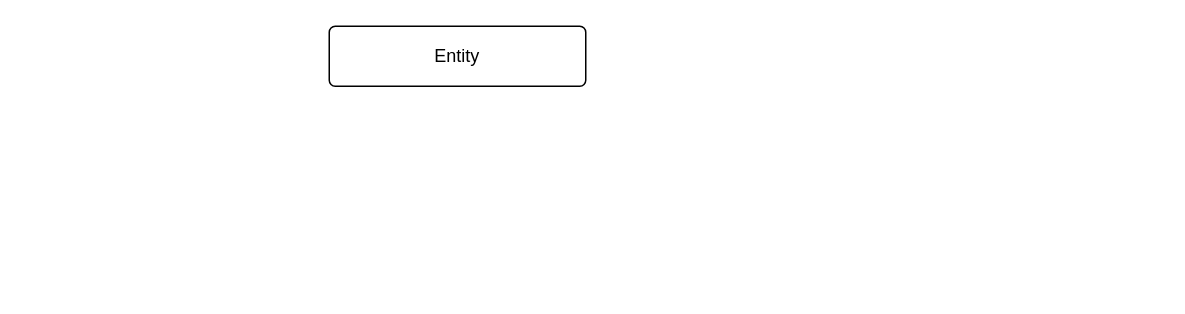
This is screen.dio from Kosuke-13th/botanical-assist, a draw.io file, before an edit. Source tidied: cells renumbered, new cells numbered last; positions are measured from the earlier drawing's top-left corner, leaving out a move shared by most shapes. Both pictures are drawn from the tidied source at 150%, with x=0, y=0 at pixel (328, 26).
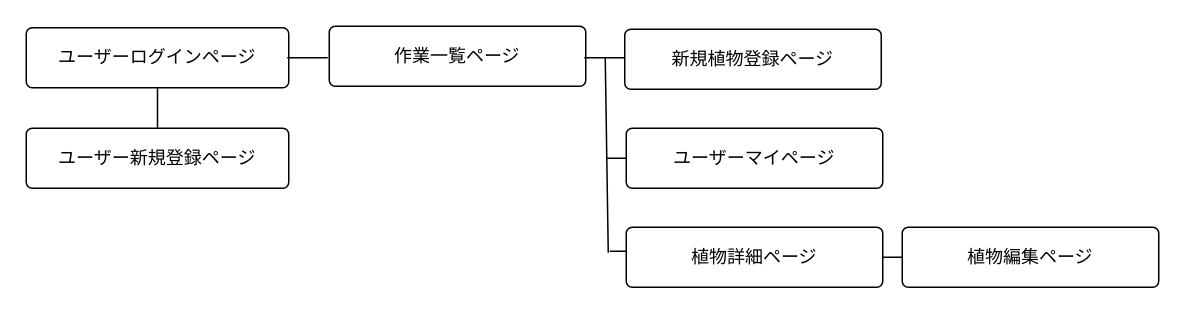
Above is the later version.

Commit message (it also covers changes not shown here):
ER図、画面遷移図作成

Change to the diagram source:
```diff
@@
 <mxGraphModel>
   <root>
     <mxCell id="0" />
     <mxCell id="1" parent="0" />
-    <mxCell id="2" value="Entity" style="rounded=1;arcSize=10;whiteSpace=wrap;html=1;align=center;" parent="1" vertex="1">
+    <mxCell id="2" value="作業一覧ページ" style="rounded=1;arcSize=10;whiteSpace=wrap;html=1;align=center;" parent="1" vertex="1">
       <mxGeometry width="171" height="40" as="geometry" />
     </mxCell>
+    <mxCell id="3" value="ユーザーログインページ" style="rounded=1;arcSize=10;whiteSpace=wrap;html=1;align=center;" parent="1" vertex="1">
+      <mxGeometry x="-202" y="1" width="175" height="40" as="geometry" />
+    </mxCell>
+    <mxCell id="4" style="line;strokeWidth=1;dashed=0;labelPosition=right;align=left;verticalAlign=middle;spacingTop=0;spacingLeft=6;" parent="1" vertex="1">
+      <mxGeometry x="-28" y="16" width="27" height="10" as="geometry" />
+    </mxCell>
+    <mxCell id="5" style="endArrow=none;html=1;rounded=0;" parent="1" edge="1">
+      <mxGeometry relative="1" as="geometry">
+        <mxPoint x="184" y="21" as="sourcePoint" />
+        <mxPoint x="186" y="151" as="targetPoint" />
+      </mxGeometry>
+    </mxCell>
+    <mxCell id="6" value="ユーザー新規登録ページ" style="rounded=1;arcSize=10;whiteSpace=wrap;html=1;align=center;" parent="1" vertex="1">
+      <mxGeometry x="-202" y="68" width="175" height="40" as="geometry" />
+    </mxCell>
+    <mxCell id="7" style="endArrow=none;html=1;rounded=0;exitX=0.5;exitY=1;exitDx=0;exitDy=0;entryX=0.5;entryY=0;entryDx=0;entryDy=0;" parent="1" edge="1" source="3" target="6">
+      <mxGeometry relative="1" as="geometry" />
+    </mxCell>
+    <mxCell id="8" value="新規植物登録ページ" style="rounded=1;arcSize=10;whiteSpace=wrap;html=1;align=center;" parent="1" vertex="1">
+      <mxGeometry x="197" y="2" width="171" height="40" as="geometry" />
+    </mxCell>
+    <mxCell id="9" style="line;strokeWidth=1;dashed=0;labelPosition=right;align=left;verticalAlign=middle;spacingTop=0;spacingLeft=6;" parent="1" vertex="1">
+      <mxGeometry x="170" y="16" width="27" height="10" as="geometry" />
+    </mxCell>
+    <mxCell id="10" style="line;strokeWidth=1;dashed=0;labelPosition=right;align=left;verticalAlign=middle;spacingTop=0;spacingLeft=6;" parent="1" vertex="1">
+      <mxGeometry x="187" y="145" width="13" height="10" as="geometry" />
+    </mxCell>
+    <mxCell id="11" value="ユーザーマイページ" style="rounded=1;arcSize=10;whiteSpace=wrap;html=1;align=center;" parent="1" vertex="1">
+      <mxGeometry x="198" y="68" width="171" height="40" as="geometry" />
+    </mxCell>
+    <mxCell id="12" style="line;strokeWidth=1;dashed=0;labelPosition=right;align=left;verticalAlign=middle;spacingTop=0;spacingLeft=6;" parent="1" vertex="1">
+      <mxGeometry x="185" y="83" width="13" height="10" as="geometry" />
+    </mxCell>
+    <mxCell id="13" style="group;" parent="1" vertex="1">
+      <mxGeometry x="198" y="134" width="355" height="40" as="geometry" />
+    </mxCell>
+    <mxCell id="14" value="植物詳細ページ" style="rounded=1;arcSize=10;whiteSpace=wrap;html=1;align=center;" parent="13" vertex="1">
+      <mxGeometry width="171" height="40" as="geometry" />
+    </mxCell>
+    <mxCell id="15" style="line;strokeWidth=1;dashed=0;labelPosition=right;align=left;verticalAlign=middle;spacingTop=0;spacingLeft=6;" parent="13" vertex="1">
+      <mxGeometry x="171" y="15" width="13" height="10" as="geometry" />
+    </mxCell>
+    <mxCell id="16" value="植物編集ページ" style="rounded=1;arcSize=10;whiteSpace=wrap;html=1;align=center;" parent="13" vertex="1">
+      <mxGeometry x="184" width="171" height="40" as="geometry" />
+    </mxCell>
   </root>
 </mxGraphModel>
```
